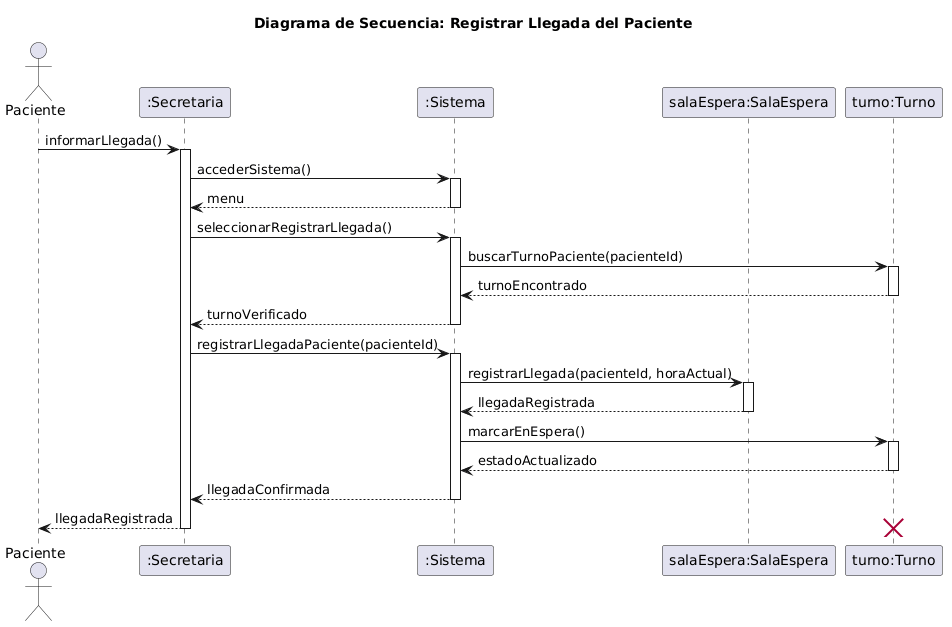
Earlier version of the PlantUML export diagramas/05-diagramas-secuencia/05-secuencia-registrar-llegada-registrar-llegada-del-paciente-03.png (FacundoGuiraldes/SistemaTurnosMedicos).
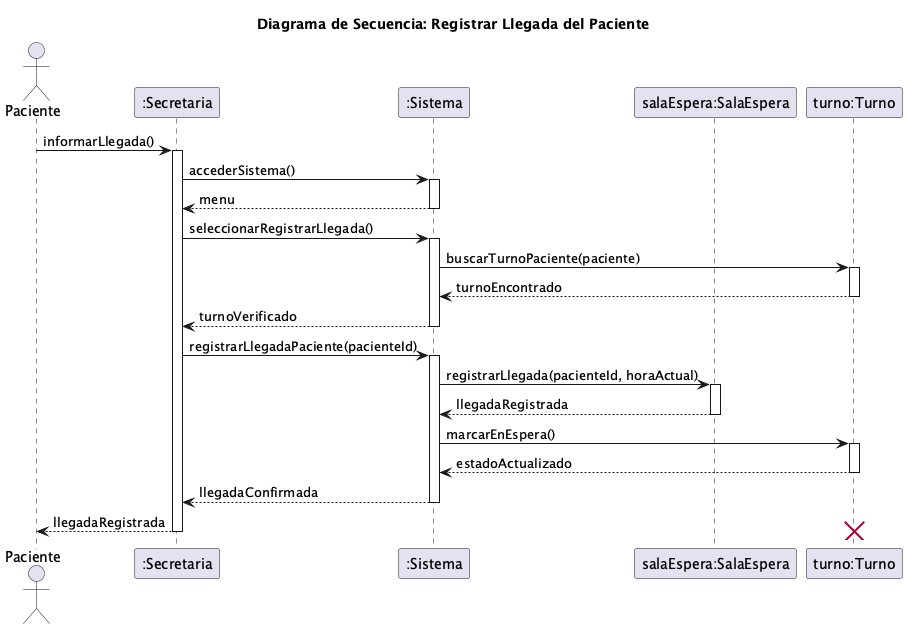
Later version of the same file.

Commit message:
fix(diagramas): usar paciente en lugar de pacienteId en secuencia CU03 (RCN6)

Corrige buscarTurnoPaciente según el nivel de abstracción UML de la materia.

Diff of the diagram source:
```diff
@@ -15,7 +15,7 @@
 deactivate sistema
 secretaria -> sistema: seleccionarRegistrarLlegada()
 activate sistema
-sistema -> turno: buscarTurnoPaciente(pacienteId)
+sistema -> turno: buscarTurnoPaciente(paciente)
 activate turno
 turno --> sistema: turnoEncontrado
 deactivate turno
```
